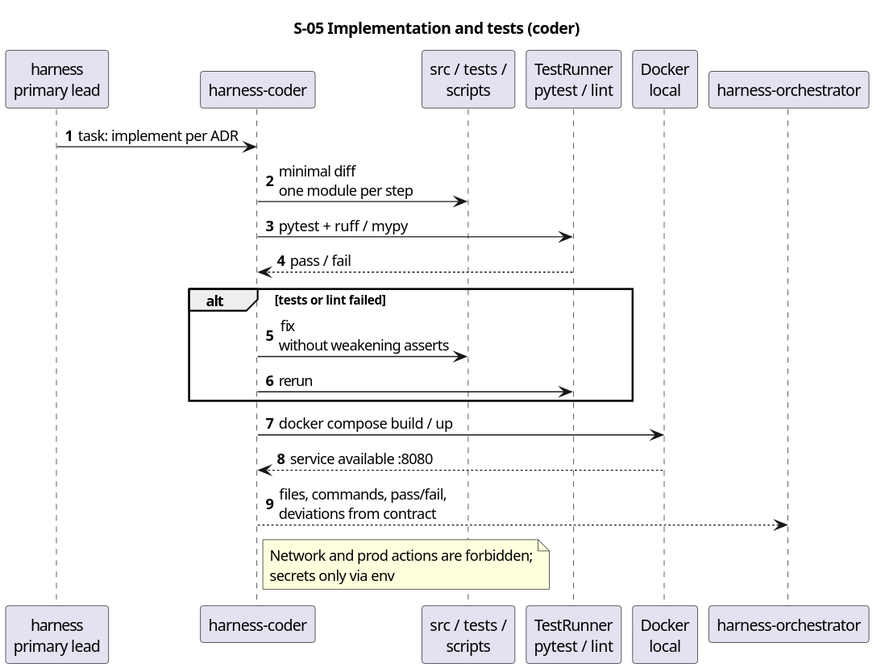
serge-sasov/harness keeps this PlantUML diagram as docs/description/diagrams/seq-05-coder.svg. Above is the earlier version.
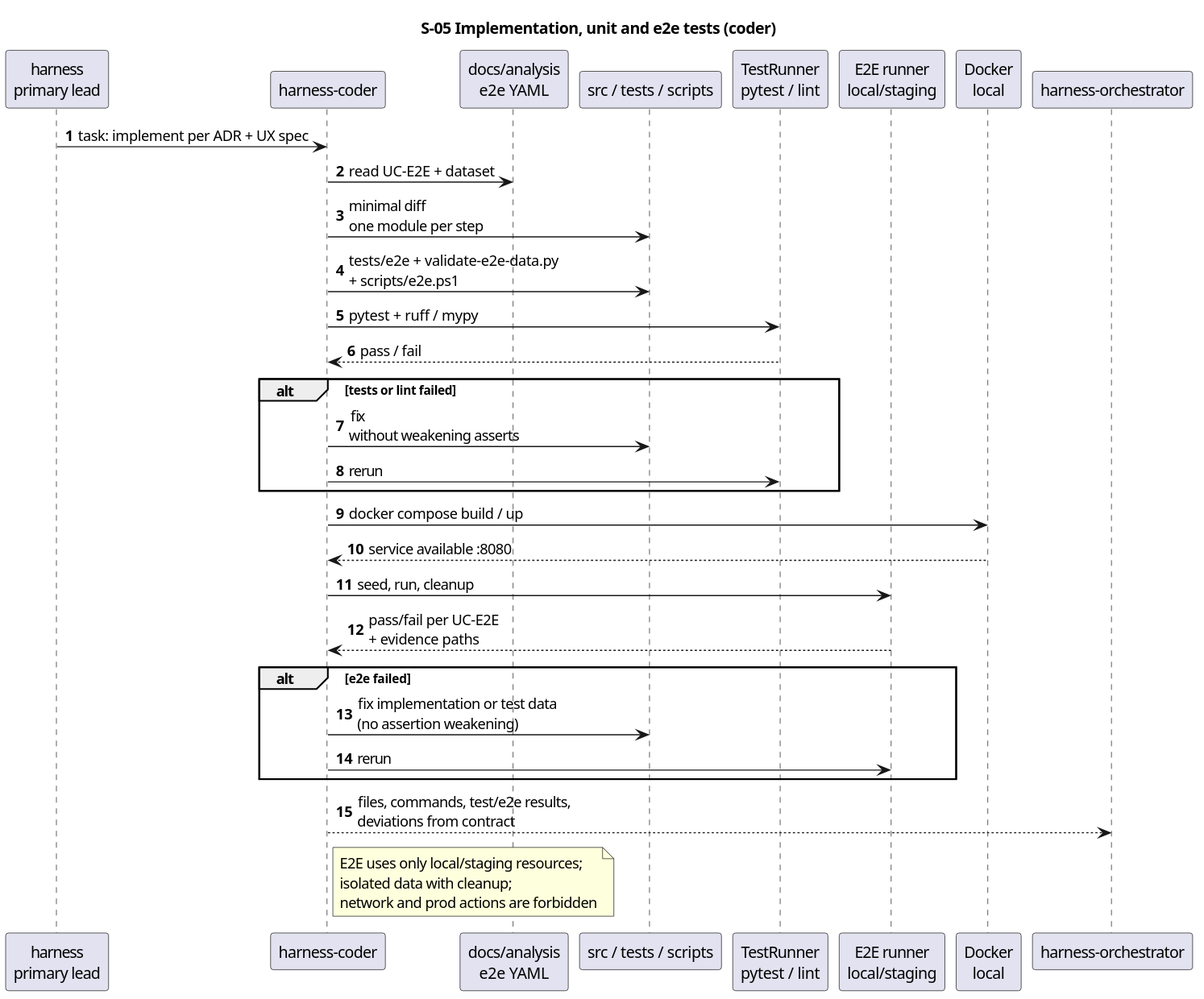
The same diagram one commit later.

Diff of the diagram source:
```diff
@@ -1,17 +1,21 @@
 @startuml
 autonumber
 skinparam defaultFontName Segoe UI
-title S-05 Implementation and tests (coder)
+title S-05 Implementation, unit and e2e tests (coder)
 
 participant "harness\nprimary lead" as primary
 participant "harness-coder" as coder
-participant "src / tests /\nscripts" as code
+participant "docs/analysis\ne2e YAML" as data
+participant "src / tests / scripts" as code
 participant "TestRunner\npytest / lint" as tests
+participant "E2E runner\nlocal/staging" as e2e
 participant "Docker\nlocal" as docker
 participant "harness-orchestrator" as orch
 
-primary -> coder : task: implement per ADR
+primary -> coder : task: implement per ADR + UX spec
+coder -> data : read UC-E2E + dataset
 coder -> code : minimal diff\none module per step
+coder -> code : tests/e2e + validate-e2e-data.py\n+ scripts/e2e.ps1
 coder -> tests : pytest + ruff / mypy
 tests --> coder : pass / fail
 alt tests or lint failed
@@ -20,9 +24,16 @@
 end
 coder -> docker : docker compose build / up
 docker --> coder : service available :8080
-coder --> orch : files, commands, pass/fail,\ndeviations from contract
+coder -> e2e : seed, run, cleanup
+e2e --> coder : pass/fail per UC-E2E\n+ evidence paths
+alt e2e failed
+  coder -> code : fix implementation or test data\n(no assertion weakening)
+  coder -> e2e : rerun
+end
+coder --> orch : files, commands, test/e2e results,\ndeviations from contract
 note right of coder
-  Network and prod actions are forbidden;
-  secrets only via env
+  E2E uses only local/staging resources;
+  isolated data with cleanup;
+  network and prod actions are forbidden
 end note
 @enduml
```
